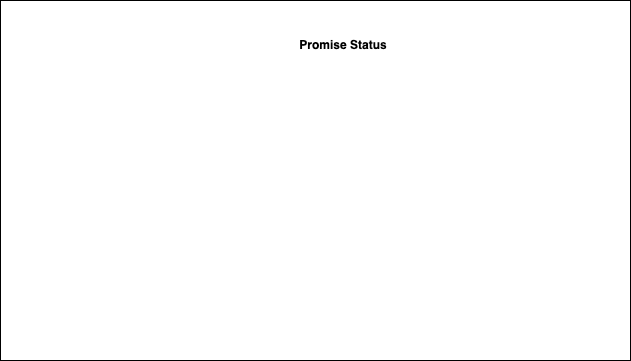
This is promise/imgs/未命名绘图.drawio.png from nangong1994/Interview, a draw.io export, as it was before one commit. Source tidied: cells renumbered, new cells last; positions are measured from the earlier drawing's top-left corner, leaving out a move shared by most shapes. The source it was exported from:
```xml
<mxGraphModel>
  <root>
    <mxCell id="0" />
    <mxCell id="1" parent="0" />
    <mxCell id="2" style="rounded=0;whiteSpace=wrap;html=1;" parent="1" vertex="1">
      <mxGeometry width="630" height="360" as="geometry" />
    </mxCell>
    <mxCell id="3" value="&lt;b&gt;Promise Status&lt;/b&gt;" style="text;html=1;strokeColor=none;fillColor=none;align=center;verticalAlign=middle;whiteSpace=wrap;rounded=0;" parent="1" vertex="1">
      <mxGeometry x="226" y="20" width="234" height="50" as="geometry" />
    </mxCell>
  </root>
</mxGraphModel>
```
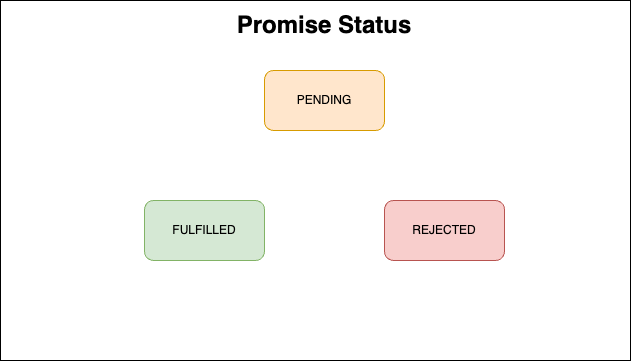
Later version of the same file.

Commit message:
更新未命名绘图.drawio.png

The edit, as a diff of the source:
```diff
@@ -5,8 +5,17 @@
     <mxCell id="2" style="rounded=0;whiteSpace=wrap;html=1;" parent="1" vertex="1">
       <mxGeometry width="630" height="360" as="geometry" />
     </mxCell>
-    <mxCell id="3" value="&lt;b&gt;Promise Status&lt;/b&gt;" style="text;html=1;strokeColor=none;fillColor=none;align=center;verticalAlign=middle;whiteSpace=wrap;rounded=0;" parent="1" vertex="1">
-      <mxGeometry x="226" y="20" width="234" height="50" as="geometry" />
+    <mxCell id="3" value="&lt;b&gt;&lt;font style=&quot;font-size: 24px;&quot;&gt;Promise Status&lt;/font&gt;&lt;/b&gt;" style="text;html=1;strokeColor=none;fillColor=none;align=center;verticalAlign=middle;whiteSpace=wrap;rounded=0;" parent="1" vertex="1">
+      <mxGeometry x="207" width="234" height="50" as="geometry" />
     </mxCell>
+    <mxCell id="4" value="PENDING" style="rounded=1;whiteSpace=wrap;html=1;fillColor=#ffe6cc;strokeColor=#d79b00;" parent="1" vertex="1">
+      <mxGeometry x="264" y="70" width="120" height="60" as="geometry" />
+    </mxCell>
+    <mxCell id="5" value="FULFILLED" style="rounded=1;whiteSpace=wrap;html=1;fillColor=#d5e8d4;strokeColor=#82b366;" parent="1" vertex="1">
+      <mxGeometry x="144" y="200" width="120" height="60" as="geometry" />
+    </mxCell>
+    <mxCell id="6" value="REJECTED" style="rounded=1;whiteSpace=wrap;html=1;fillColor=#f8cecc;strokeColor=#b85450;" parent="1" vertex="1">
+      <mxGeometry x="384" y="200" width="120" height="60" as="geometry" />
+    </mxCell>
   </root>
 </mxGraphModel>
```
